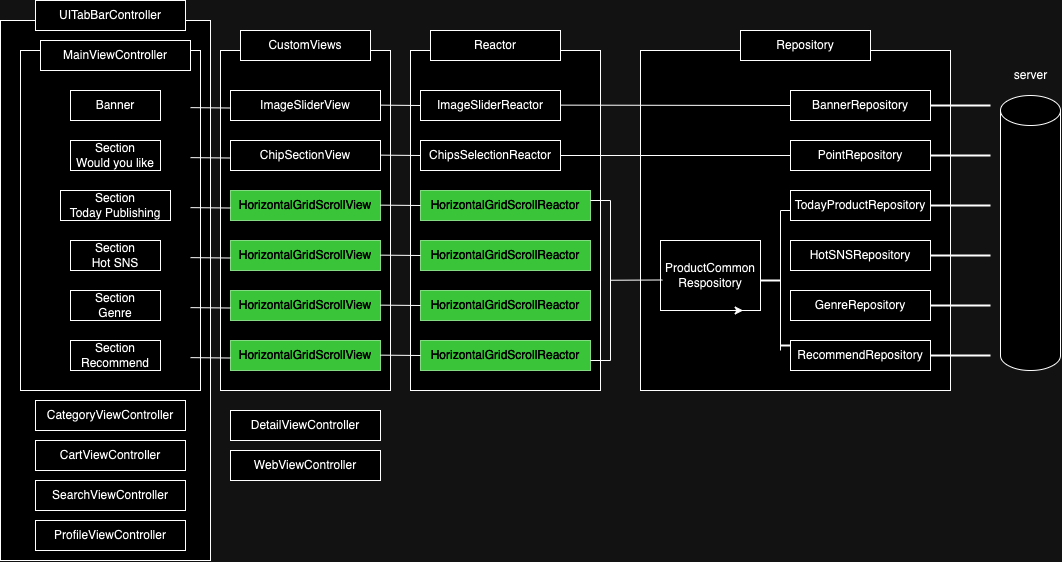
Earlier version of the draw.io export ios_codebased_ui_reactorkit.drawio.png (CodingBot000/iOS_UIKit_CodeBased_ReactorKit). Source tidied: cells renumbered, new cells last; positions are measured from the earlier drawing's top-left corner, leaving out a move shared by most shapes. Its diagram source:
```xml
<mxGraphModel>
  <root>
    <mxCell id="0" />
    <mxCell id="1" parent="0" />
    <mxCell id="2" style="rounded=0;whiteSpace=wrap;html=1;" parent="1" vertex="1">
      <mxGeometry y="20" width="210" height="540" as="geometry" />
    </mxCell>
    <mxCell id="3" style="rounded=0;whiteSpace=wrap;html=1;" parent="1" vertex="1">
      <mxGeometry x="640" y="50" width="310" height="340" as="geometry" />
    </mxCell>
    <mxCell id="4" style="rounded=0;whiteSpace=wrap;html=1;" parent="1" vertex="1">
      <mxGeometry x="410" y="50" width="190" height="340" as="geometry" />
    </mxCell>
    <mxCell id="5" style="rounded=0;whiteSpace=wrap;html=1;" parent="1" vertex="1">
      <mxGeometry x="220" y="50" width="170" height="340" as="geometry" />
    </mxCell>
    <mxCell id="6" style="rounded=0;whiteSpace=wrap;html=1;" parent="1" vertex="1">
      <mxGeometry x="20" y="50" width="180" height="340" as="geometry" />
    </mxCell>
    <mxCell id="7" value="MainViewController" style="whiteSpace=wrap;html=1;" parent="1" vertex="1">
      <mxGeometry x="40" y="40" width="150" height="30" as="geometry" />
    </mxCell>
    <mxCell id="8" value="ImageSliderView" style="whiteSpace=wrap;html=1;" parent="1" vertex="1">
      <mxGeometry x="230" y="90" width="150" height="30" as="geometry" />
    </mxCell>
    <mxCell id="9" value="ChipSectionView" style="whiteSpace=wrap;html=1;" parent="1" vertex="1">
      <mxGeometry x="230" y="140" width="150" height="30" as="geometry" />
    </mxCell>
    <mxCell id="10" value="HorizontalGridScrollView" style="whiteSpace=wrap;html=1;fillColor=#008a00;fontColor=#ffffff;strokeColor=#005700;" parent="1" vertex="1">
      <mxGeometry x="230" y="190" width="150" height="30" as="geometry" />
    </mxCell>
    <mxCell id="11" value="ImageSliderReactor" style="whiteSpace=wrap;html=1;" parent="1" vertex="1">
      <mxGeometry x="420" y="90" width="140" height="30" as="geometry" />
    </mxCell>
    <mxCell id="12" value="ChipsSelectionReactor" style="whiteSpace=wrap;html=1;" parent="1" vertex="1">
      <mxGeometry x="420" y="140" width="140" height="30" as="geometry" />
    </mxCell>
    <mxCell id="13" value="HorizontalGridScrollReactor" style="whiteSpace=wrap;html=1;fillColor=#008a00;fontColor=#ffffff;strokeColor=#005700;" parent="1" vertex="1">
      <mxGeometry x="420" y="190" width="170" height="30" as="geometry" />
    </mxCell>
    <mxCell id="14" value="BannerRepository" style="whiteSpace=wrap;html=1;" parent="1" vertex="1">
      <mxGeometry x="790" y="90" width="140" height="30" as="geometry" />
    </mxCell>
    <mxCell id="15" value="PointRepository" style="whiteSpace=wrap;html=1;" parent="1" vertex="1">
      <mxGeometry x="790" y="140" width="140" height="30" as="geometry" />
    </mxCell>
    <mxCell id="16" value="TodayProductRepository" style="whiteSpace=wrap;html=1;" parent="1" vertex="1">
      <mxGeometry x="790" y="190" width="140" height="30" as="geometry" />
    </mxCell>
    <mxCell id="17" value="Banner" style="whiteSpace=wrap;html=1;" parent="1" vertex="1">
      <mxGeometry x="70" y="90" width="90" height="30" as="geometry" />
    </mxCell>
    <mxCell id="18" value="&lt;div&gt;Section&lt;/div&gt;Would you like" style="whiteSpace=wrap;html=1;" parent="1" vertex="1">
      <mxGeometry x="70" y="140" width="90" height="30" as="geometry" />
    </mxCell>
    <mxCell id="19" value="Section&lt;div&gt;Today Publishing&lt;/div&gt;" style="whiteSpace=wrap;html=1;" parent="1" vertex="1">
      <mxGeometry x="60" y="190" width="110" height="30" as="geometry" />
    </mxCell>
    <mxCell id="20" value="Section&lt;div&gt;Hot SNS&lt;/div&gt;" style="whiteSpace=wrap;html=1;" parent="1" vertex="1">
      <mxGeometry x="70" y="240" width="90" height="30" as="geometry" />
    </mxCell>
    <mxCell id="21" value="Section&lt;div&gt;Genre&lt;/div&gt;" style="whiteSpace=wrap;html=1;" parent="1" vertex="1">
      <mxGeometry x="70" y="290" width="90" height="30" as="geometry" />
    </mxCell>
    <mxCell id="22" value="Section&lt;div&gt;Recommend&lt;br&gt;&lt;/div&gt;" style="whiteSpace=wrap;html=1;" parent="1" vertex="1">
      <mxGeometry x="70" y="340" width="90" height="30" as="geometry" />
    </mxCell>
    <mxCell id="23" value="HorizontalGridScrollView" style="whiteSpace=wrap;html=1;fillColor=#008a00;fontColor=#ffffff;strokeColor=#005700;" parent="1" vertex="1">
      <mxGeometry x="230" y="240" width="150" height="30" as="geometry" />
    </mxCell>
    <mxCell id="24" value="HorizontalGridScrollReactor" style="whiteSpace=wrap;html=1;fillColor=#008a00;fontColor=#ffffff;strokeColor=#005700;" parent="1" vertex="1">
      <mxGeometry x="420" y="240" width="170" height="30" as="geometry" />
    </mxCell>
    <mxCell id="25" value="HotSNSRepository" style="whiteSpace=wrap;html=1;" parent="1" vertex="1">
      <mxGeometry x="790" y="240" width="140" height="30" as="geometry" />
    </mxCell>
    <mxCell id="26" value="HorizontalGridScrollView" style="whiteSpace=wrap;html=1;fillColor=#008a00;fontColor=#ffffff;strokeColor=#005700;" parent="1" vertex="1">
      <mxGeometry x="230" y="290" width="150" height="30" as="geometry" />
    </mxCell>
    <mxCell id="27" value="HorizontalGridScrollReactor" style="whiteSpace=wrap;html=1;fillColor=#008a00;fontColor=#ffffff;strokeColor=#005700;" parent="1" vertex="1">
      <mxGeometry x="420" y="290" width="170" height="30" as="geometry" />
    </mxCell>
    <mxCell id="28" value="GenreRepository" style="whiteSpace=wrap;html=1;" parent="1" vertex="1">
      <mxGeometry x="790" y="290" width="140" height="30" as="geometry" />
    </mxCell>
    <mxCell id="29" value="HorizontalGridScrollView" style="whiteSpace=wrap;html=1;fillColor=#008a00;fontColor=#ffffff;strokeColor=#005700;" parent="1" vertex="1">
      <mxGeometry x="230" y="340" width="150" height="30" as="geometry" />
    </mxCell>
    <mxCell id="30" value="HorizontalGridScrollReactor" style="whiteSpace=wrap;html=1;fillColor=#008a00;fontColor=#ffffff;strokeColor=#005700;" parent="1" vertex="1">
      <mxGeometry x="420" y="340" width="170" height="30" as="geometry" />
    </mxCell>
    <mxCell id="31" value="RecommendRepository" style="whiteSpace=wrap;html=1;" parent="1" vertex="1">
      <mxGeometry x="790" y="340" width="140" height="30" as="geometry" />
    </mxCell>
    <mxCell id="32" value="ProductCommon&lt;div&gt;Respository&lt;/div&gt;" style="whiteSpace=wrap;html=1;" parent="1" vertex="1">
      <mxGeometry x="660" y="240" width="100" height="70" as="geometry" />
    </mxCell>
    <mxCell id="33" style="edgeStyle=orthogonalEdgeStyle;rounded=0;orthogonalLoop=1;jettySize=auto;html=1;exitX=0.75;exitY=1;exitDx=0;exitDy=0;entryX=0.827;entryY=0.986;entryDx=0;entryDy=0;entryPerimeter=0;" parent="1" edge="1" source="32" target="32">
      <mxGeometry relative="1" as="geometry" />
    </mxCell>
    <mxCell id="34" style="shape=cylinder3;whiteSpace=wrap;html=1;boundedLbl=1;backgroundOutline=1;size=15;" parent="1" vertex="1">
      <mxGeometry x="1000" y="95" width="60" height="275" as="geometry" />
    </mxCell>
    <mxCell id="35" value="server" style="text;html=1;align=center;verticalAlign=middle;strokeColor=none;fillColor=none;" parent="1" vertex="1">
      <mxGeometry x="1000" y="60" width="60" height="30" as="geometry" />
    </mxCell>
    <mxCell id="36" style="shape=partialRectangle;whiteSpace=wrap;html=1;bottom=0;right=0;fillColor=none;" parent="1" vertex="1">
      <mxGeometry x="780" y="210" width="10" height="140" as="geometry" />
    </mxCell>
    <mxCell id="37" style="line;strokeWidth=2;html=1;" parent="1" vertex="1">
      <mxGeometry x="780" y="340" width="10" height="10" as="geometry" />
    </mxCell>
    <mxCell id="38" style="line;strokeWidth=2;html=1;" parent="1" vertex="1">
      <mxGeometry x="760" y="275" width="20" height="10" as="geometry" />
    </mxCell>
    <mxCell id="39" style="shape=partialRectangle;whiteSpace=wrap;html=1;bottom=0;right=0;fillColor=none;rotation=90;" parent="1" vertex="1">
      <mxGeometry x="520" y="270" width="160" height="20" as="geometry" />
    </mxCell>
    <mxCell id="40" style="endArrow=none;html=1;rounded=0;" parent="1" edge="1">
      <mxGeometry relative="1" as="geometry">
        <mxPoint x="590" y="360" as="sourcePoint" />
        <mxPoint x="610" y="360" as="targetPoint" />
      </mxGeometry>
    </mxCell>
    <mxCell id="41" style="endArrow=none;html=1;rounded=0;entryX=0.02;entryY=0.564;entryDx=0;entryDy=0;entryPerimeter=0;" parent="1" edge="1" target="32">
      <mxGeometry relative="1" as="geometry">
        <mxPoint x="610" y="279.8" as="sourcePoint" />
      </mxGeometry>
    </mxCell>
    <mxCell id="42" style="endArrow=none;html=1;rounded=0;entryX=0;entryY=0.5;entryDx=0;entryDy=0;exitX=1;exitY=0.5;exitDx=0;exitDy=0;" parent="1" edge="1" source="12" target="15">
      <mxGeometry relative="1" as="geometry" />
    </mxCell>
    <mxCell id="43" style="endArrow=none;html=1;rounded=0;entryX=0;entryY=0.5;entryDx=0;entryDy=0;exitX=1;exitY=0.5;exitDx=0;exitDy=0;" parent="1" edge="1" target="14">
      <mxGeometry relative="1" as="geometry">
        <mxPoint x="560" y="104.6" as="sourcePoint" />
      </mxGeometry>
    </mxCell>
    <mxCell id="44" style="endArrow=none;html=1;rounded=0;exitX=1;exitY=0.5;exitDx=0;exitDy=0;" parent="1" edge="1">
      <mxGeometry relative="1" as="geometry">
        <mxPoint x="380" y="104.6" as="sourcePoint" />
        <mxPoint x="420" y="105" as="targetPoint" />
      </mxGeometry>
    </mxCell>
    <mxCell id="45" style="endArrow=none;html=1;rounded=0;exitX=1;exitY=0.5;exitDx=0;exitDy=0;" parent="1" edge="1">
      <mxGeometry relative="1" as="geometry">
        <mxPoint x="380" y="154.6" as="sourcePoint" />
        <mxPoint x="420" y="155" as="targetPoint" />
      </mxGeometry>
    </mxCell>
    <mxCell id="46" style="endArrow=none;html=1;rounded=0;exitX=1;exitY=0.5;exitDx=0;exitDy=0;" parent="1" edge="1">
      <mxGeometry relative="1" as="geometry">
        <mxPoint x="380" y="204.6" as="sourcePoint" />
        <mxPoint x="420" y="205" as="targetPoint" />
      </mxGeometry>
    </mxCell>
    <mxCell id="47" style="endArrow=none;html=1;rounded=0;exitX=1;exitY=0.5;exitDx=0;exitDy=0;" parent="1" edge="1">
      <mxGeometry relative="1" as="geometry">
        <mxPoint x="380" y="254.6" as="sourcePoint" />
        <mxPoint x="420" y="255" as="targetPoint" />
      </mxGeometry>
    </mxCell>
    <mxCell id="48" style="endArrow=none;html=1;rounded=0;exitX=1;exitY=0.5;exitDx=0;exitDy=0;" parent="1" edge="1">
      <mxGeometry relative="1" as="geometry">
        <mxPoint x="380" y="304.6" as="sourcePoint" />
        <mxPoint x="420" y="305" as="targetPoint" />
      </mxGeometry>
    </mxCell>
    <mxCell id="49" style="endArrow=none;html=1;rounded=0;exitX=1;exitY=0.5;exitDx=0;exitDy=0;" parent="1" edge="1">
      <mxGeometry relative="1" as="geometry">
        <mxPoint x="380" y="354.6" as="sourcePoint" />
        <mxPoint x="420" y="355" as="targetPoint" />
      </mxGeometry>
    </mxCell>
    <mxCell id="50" style="endArrow=none;html=1;rounded=0;exitX=1;exitY=0.5;exitDx=0;exitDy=0;" parent="1" edge="1">
      <mxGeometry relative="1" as="geometry">
        <mxPoint x="190" y="107.1" as="sourcePoint" />
        <mxPoint x="230" y="107.5" as="targetPoint" />
      </mxGeometry>
    </mxCell>
    <mxCell id="51" style="endArrow=none;html=1;rounded=0;exitX=1;exitY=0.5;exitDx=0;exitDy=0;" parent="1" edge="1">
      <mxGeometry relative="1" as="geometry">
        <mxPoint x="190" y="157.1" as="sourcePoint" />
        <mxPoint x="230" y="157.5" as="targetPoint" />
      </mxGeometry>
    </mxCell>
    <mxCell id="52" style="endArrow=none;html=1;rounded=0;exitX=1;exitY=0.5;exitDx=0;exitDy=0;" parent="1" edge="1">
      <mxGeometry relative="1" as="geometry">
        <mxPoint x="190" y="207.1" as="sourcePoint" />
        <mxPoint x="230" y="207.5" as="targetPoint" />
      </mxGeometry>
    </mxCell>
    <mxCell id="53" style="endArrow=none;html=1;rounded=0;exitX=1;exitY=0.5;exitDx=0;exitDy=0;" parent="1" edge="1">
      <mxGeometry relative="1" as="geometry">
        <mxPoint x="190" y="257.1" as="sourcePoint" />
        <mxPoint x="230" y="257.5" as="targetPoint" />
      </mxGeometry>
    </mxCell>
    <mxCell id="54" style="endArrow=none;html=1;rounded=0;exitX=1;exitY=0.5;exitDx=0;exitDy=0;" parent="1" edge="1">
      <mxGeometry relative="1" as="geometry">
        <mxPoint x="190" y="307.1" as="sourcePoint" />
        <mxPoint x="230" y="307.5" as="targetPoint" />
      </mxGeometry>
    </mxCell>
    <mxCell id="55" style="endArrow=none;html=1;rounded=0;exitX=1;exitY=0.5;exitDx=0;exitDy=0;" parent="1" edge="1">
      <mxGeometry relative="1" as="geometry">
        <mxPoint x="190" y="357.1" as="sourcePoint" />
        <mxPoint x="230" y="357.5" as="targetPoint" />
      </mxGeometry>
    </mxCell>
    <mxCell id="56" value="CustomViews" style="whiteSpace=wrap;html=1;" parent="1" vertex="1">
      <mxGeometry x="240" y="30" width="130" height="30" as="geometry" />
    </mxCell>
    <mxCell id="57" value="Reactor" style="whiteSpace=wrap;html=1;" parent="1" vertex="1">
      <mxGeometry x="430" y="30" width="130" height="30" as="geometry" />
    </mxCell>
    <mxCell id="58" value="Repository" style="whiteSpace=wrap;html=1;" parent="1" vertex="1">
      <mxGeometry x="740" y="30" width="130" height="30" as="geometry" />
    </mxCell>
    <mxCell id="59" style="line;strokeWidth=2;html=1;" parent="1" vertex="1">
      <mxGeometry x="930" y="100" width="60" height="10" as="geometry" />
    </mxCell>
    <mxCell id="60" style="line;strokeWidth=2;html=1;" parent="1" vertex="1">
      <mxGeometry x="930" y="150" width="60" height="10" as="geometry" />
    </mxCell>
    <mxCell id="61" style="line;strokeWidth=2;html=1;" parent="1" vertex="1">
      <mxGeometry x="930" y="200" width="60" height="10" as="geometry" />
    </mxCell>
    <mxCell id="62" style="line;strokeWidth=2;html=1;" parent="1" vertex="1">
      <mxGeometry x="930" y="250" width="60" height="10" as="geometry" />
    </mxCell>
    <mxCell id="63" style="line;strokeWidth=2;html=1;" parent="1" vertex="1">
      <mxGeometry x="930" y="300" width="60" height="10" as="geometry" />
    </mxCell>
    <mxCell id="64" style="line;strokeWidth=2;html=1;" parent="1" vertex="1">
      <mxGeometry x="930" y="350" width="60" height="10" as="geometry" />
    </mxCell>
    <mxCell id="65" value="UITabBarController" style="whiteSpace=wrap;html=1;" parent="1" vertex="1">
      <mxGeometry x="35" width="150" height="30" as="geometry" />
    </mxCell>
    <mxCell id="66" value="CategoryViewController" style="whiteSpace=wrap;html=1;" parent="1" vertex="1">
      <mxGeometry x="35" y="400" width="150" height="30" as="geometry" />
    </mxCell>
    <mxCell id="67" value="CartViewController" style="whiteSpace=wrap;html=1;" parent="1" vertex="1">
      <mxGeometry x="35" y="440" width="150" height="30" as="geometry" />
    </mxCell>
    <mxCell id="68" value="SearchViewController" style="whiteSpace=wrap;html=1;" parent="1" vertex="1">
      <mxGeometry x="35" y="480" width="150" height="30" as="geometry" />
    </mxCell>
    <mxCell id="69" value="ProfileViewController" style="whiteSpace=wrap;html=1;" parent="1" vertex="1">
      <mxGeometry x="35" y="520" width="150" height="30" as="geometry" />
    </mxCell>
    <mxCell id="70" value="DetailViewController" style="whiteSpace=wrap;html=1;" parent="1" vertex="1">
      <mxGeometry x="230" y="410" width="150" height="30" as="geometry" />
    </mxCell>
    <mxCell id="71" value="WebViewController" style="whiteSpace=wrap;html=1;" parent="1" vertex="1">
      <mxGeometry x="230" y="450" width="150" height="30" as="geometry" />
    </mxCell>
  </root>
</mxGraphModel>
```
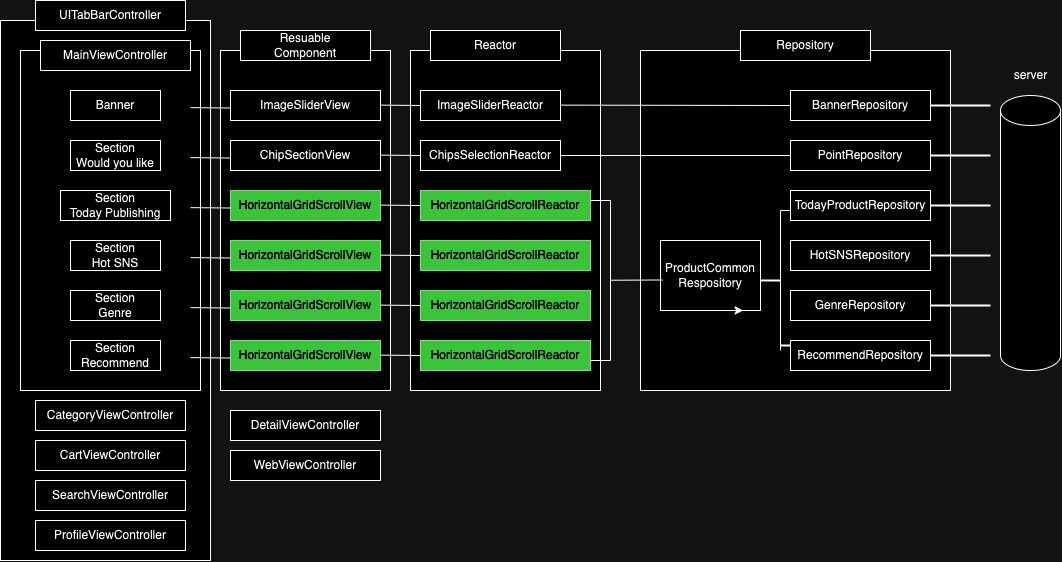
After the change.

Commit message:
update structure info drawio

The edit, as a diff of the source:
```diff
@@ -207,7 +207,7 @@
         <mxPoint x="230" y="357.5" as="targetPoint" />
       </mxGeometry>
     </mxCell>
-    <mxCell id="56" value="CustomViews" style="whiteSpace=wrap;html=1;" parent="1" vertex="1">
+    <mxCell id="56" value="&lt;div&gt;Resuable&lt;/div&gt;Component" style="whiteSpace=wrap;html=1;" parent="1" vertex="1">
       <mxGeometry x="240" y="30" width="130" height="30" as="geometry" />
     </mxCell>
     <mxCell id="57" value="Reactor" style="whiteSpace=wrap;html=1;" parent="1" vertex="1">
```
